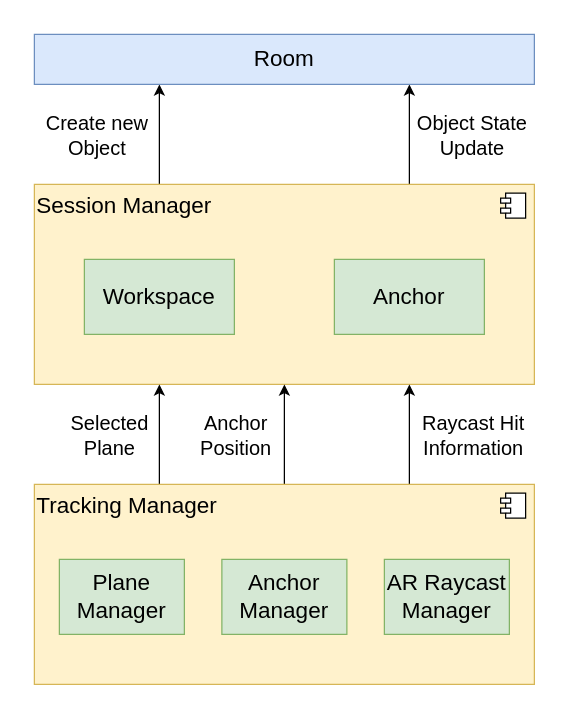
Earlier version of the draw.io diagram Figures & Tables/Chapter 4/Fig 12 - Interaction Pipeline with ARFoundation Subsystems.drawio (speregil/Thesis-Document). Source tidied: cells renumbered, new cells numbered last; positions are measured from the earlier drawing's top-left corner, leaving out a move shared by most shapes. Both pictures are drawn from the tidied source at 125%, with x=0, y=0 at pixel (21, 21).
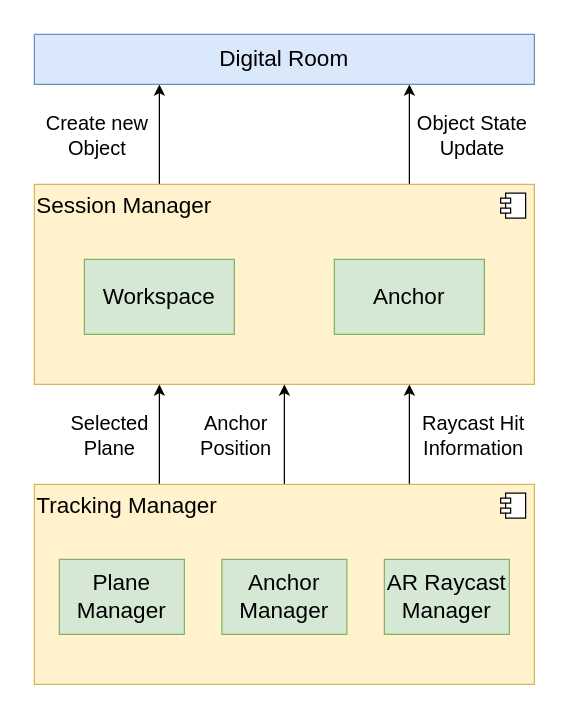
After the change.

Diff of the diagram source:
```diff
@@
-    <mxCell id="11" value="Room" style="rounded=0;whiteSpace=wrap;html=1;fillColor=#dae8fc;strokeColor=#6c8ebf;fontSize=18;" parent="1" vertex="1">
+    <mxCell id="11" value="Digital Room" style="rounded=0;whiteSpace=wrap;html=1;fillColor=#dae8fc;strokeColor=#6c8ebf;fontSize=18;" parent="1" vertex="1">
       <mxGeometry x="10" y="10" width="400" height="40" as="geometry" />
     </mxCell>
```
